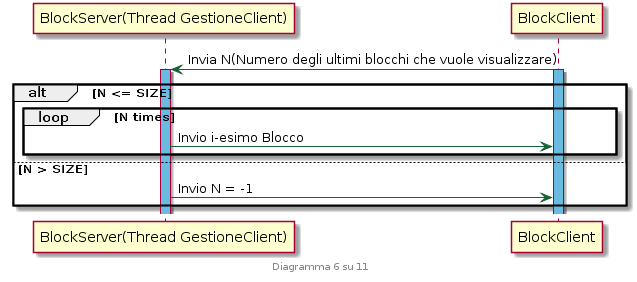
Before: SequenceDiagram/schema6.png, a diagram exported from PlantUML (antdimarino/Computer-Networks-BlockChain).
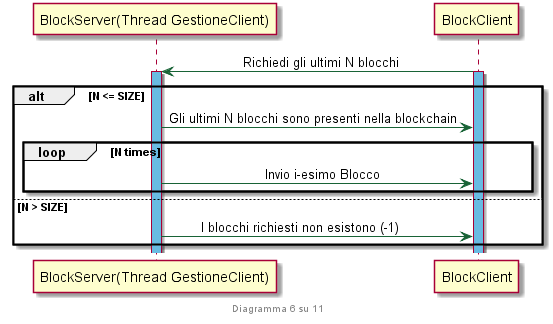
The same diagram one commit later.

The edit, as a diff of the source:
```diff
@@ -8,18 +8,18 @@
 participant	"BlockServer(Thread GestioneClient)"
 participant	BlockClient
 
-BlockClient -> "BlockServer(Thread GestioneClient)": Invia N(Numero degli ultimi blocchi che vuole visualizzare)
+BlockClient -> "BlockServer(Thread GestioneClient)": \t\tRichiedi gli ultimi N blocchi
 activate "BlockServer(Thread GestioneClient)" #69bbe2
 activate BlockClient #69bbe2
 
 alt N <= SIZE
-
+	"BlockServer(Thread GestioneClient)" -> BlockClient: Gli ultimi N blocchi sono presenti nella blockchain
 	loop N times
-		"BlockServer(Thread GestioneClient)" -> BlockClient: Invio i-esimo Blocco
+		"BlockServer(Thread GestioneClient)" -> BlockClient: \t\t\tInvio i-esimo Blocco
 	end
 else N > SIZE
 
-	"BlockServer(Thread GestioneClient)" -> BlockClient: Invio N = -1
+	"BlockServer(Thread GestioneClient)" -> BlockClient: \tI blocchi richiesti non esistono (-1)
 end
 
 @enduml
```
